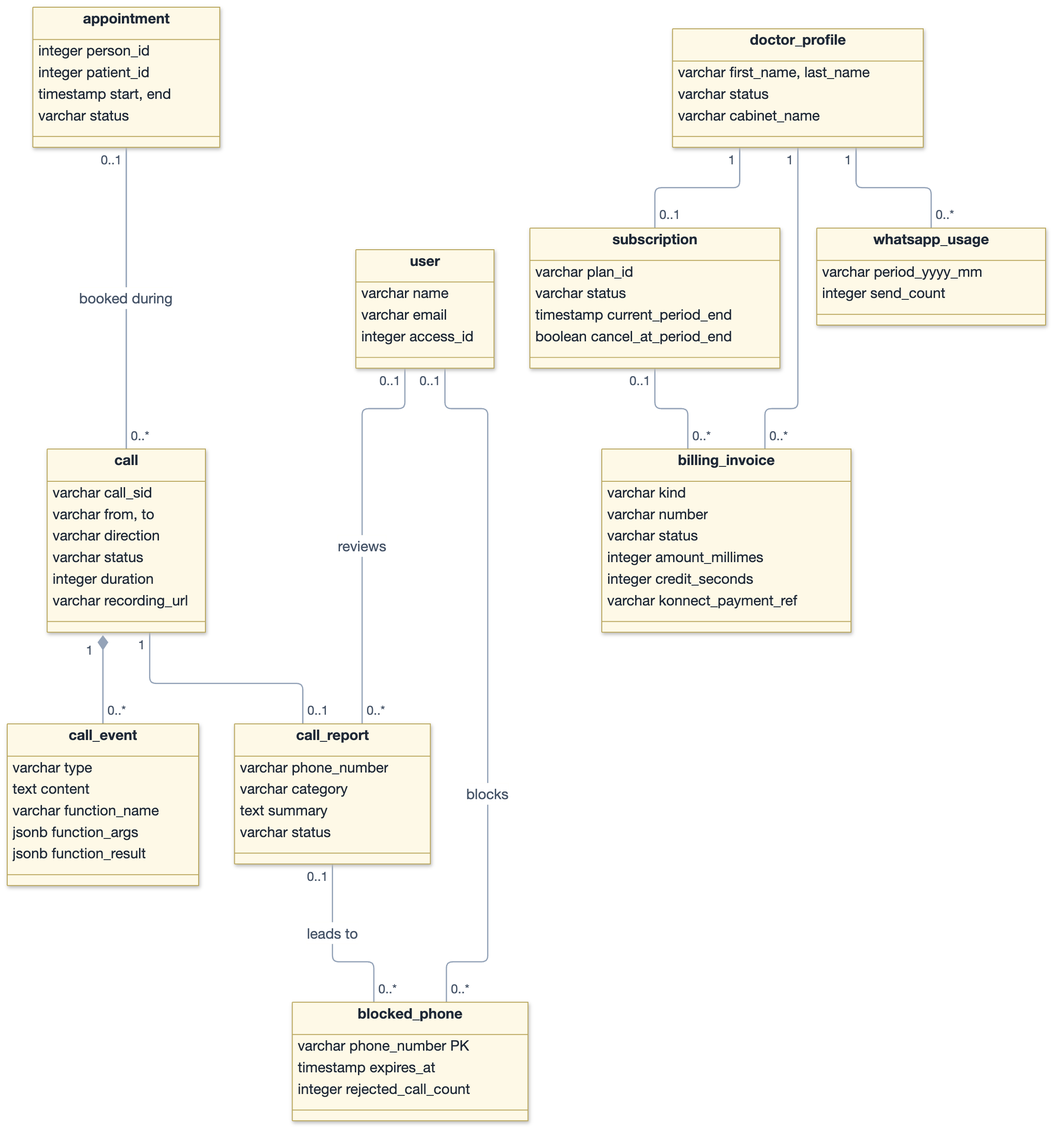
Earlier version of the Mermaid export images/diagrams/class_diagram_calls_billing.png (AtriOmar/riaya-report). Its source is kept beside it as images/diagrams/src/class_diagram_calls_billing.mmd. Source of this version:
```mermaid
classDiagram
direction TB

class appointment {
  integer person_id
  integer patient_id
  timestamp start, end
  varchar status
}
class callrow["call"] {
  varchar call_sid
  varchar from, to
  varchar direction
  varchar status
  integer duration
  varchar recording_url
}
class call_event {
  varchar type
  text content
  varchar function_name
  jsonb function_args
  jsonb function_result
}
class call_report {
  varchar phone_number
  varchar category
  text summary
  varchar status
}
class blocked_phone {
  varchar phone_number PK
  timestamp expires_at
  integer rejected_call_count
}
class user {
  varchar name
  varchar email
  integer access_id
}
class doctor_profile {
  varchar first_name, last_name
  varchar status
  varchar cabinet_name
}
class subscription {
  varchar plan_id
  varchar status
  timestamp current_period_end
  boolean cancel_at_period_end
}
class billing_invoice {
  varchar kind
  varchar number
  varchar status
  integer amount_millimes
  integer credit_seconds
  varchar konnect_payment_ref
}
class whatsapp_usage {
  varchar period_yyyy_mm
  integer send_count
}

appointment "0..1" -- "0..*" callrow : booked during
callrow "1" *-- "0..*" call_event
callrow "1" -- "0..1" call_report
call_report "0..1" -- "0..*" blocked_phone : leads to
user "0..1" -- "0..*" call_report : reviews
user "0..1" -- "0..*" blocked_phone : blocks
doctor_profile "1" -- "0..1" subscription
doctor_profile "1" -- "0..*" billing_invoice
subscription "0..1" -- "0..*" billing_invoice
doctor_profile "1" -- "0..*" whatsapp_usage
```
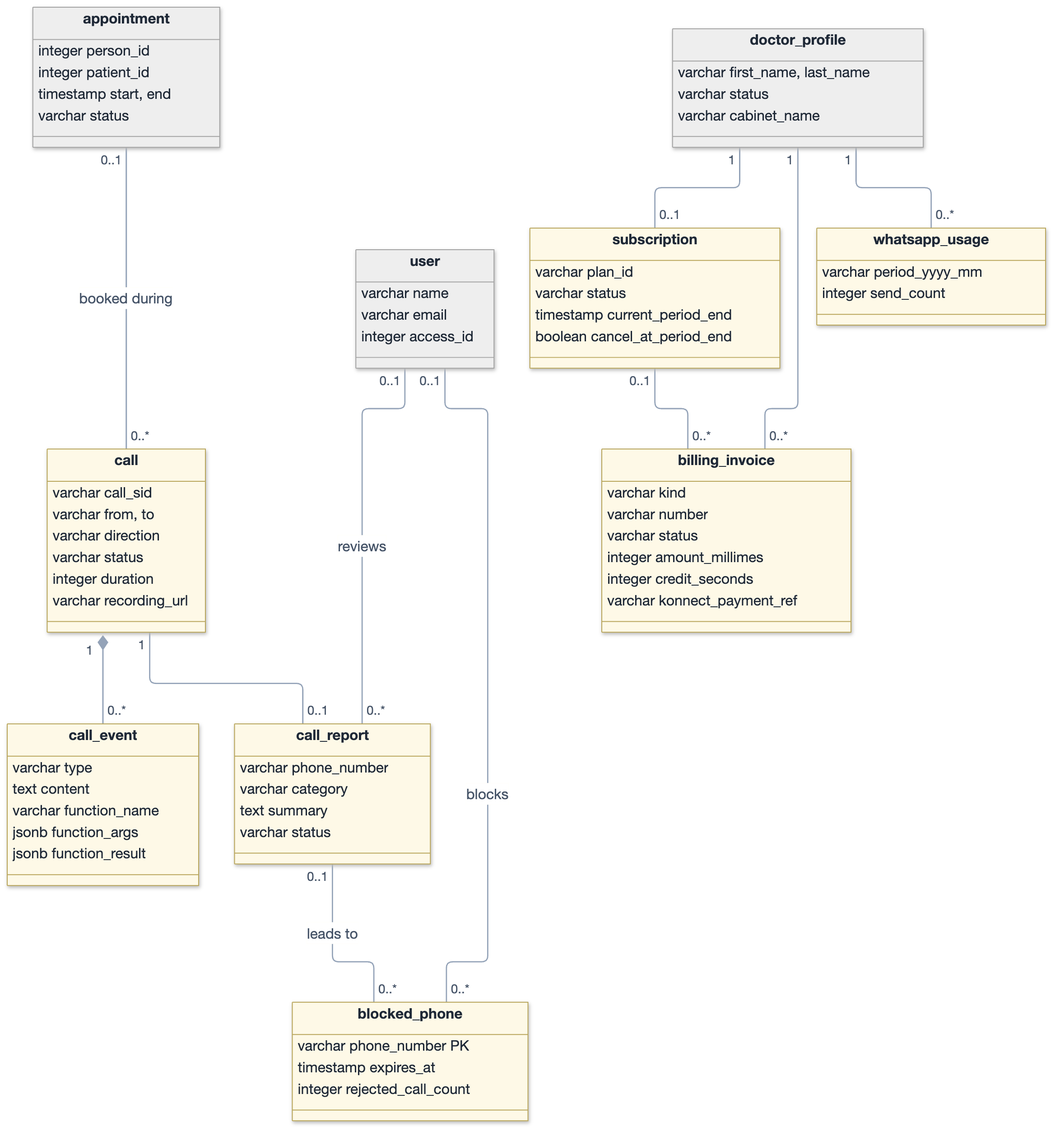
Later version of the same file.

Diff of the diagram source:
```diff
@@ -72,3 +72,8 @@
 doctor_profile "1" -- "0..*" billing_invoice
 subscription "0..1" -- "0..*" billing_invoice
 doctor_profile "1" -- "0..*" whatsapp_usage
+
+classDef ref fill:#EEEEEE,stroke:#A3A3A3
+class appointment:::ref
+class user:::ref
+class doctor_profile:::ref
```
